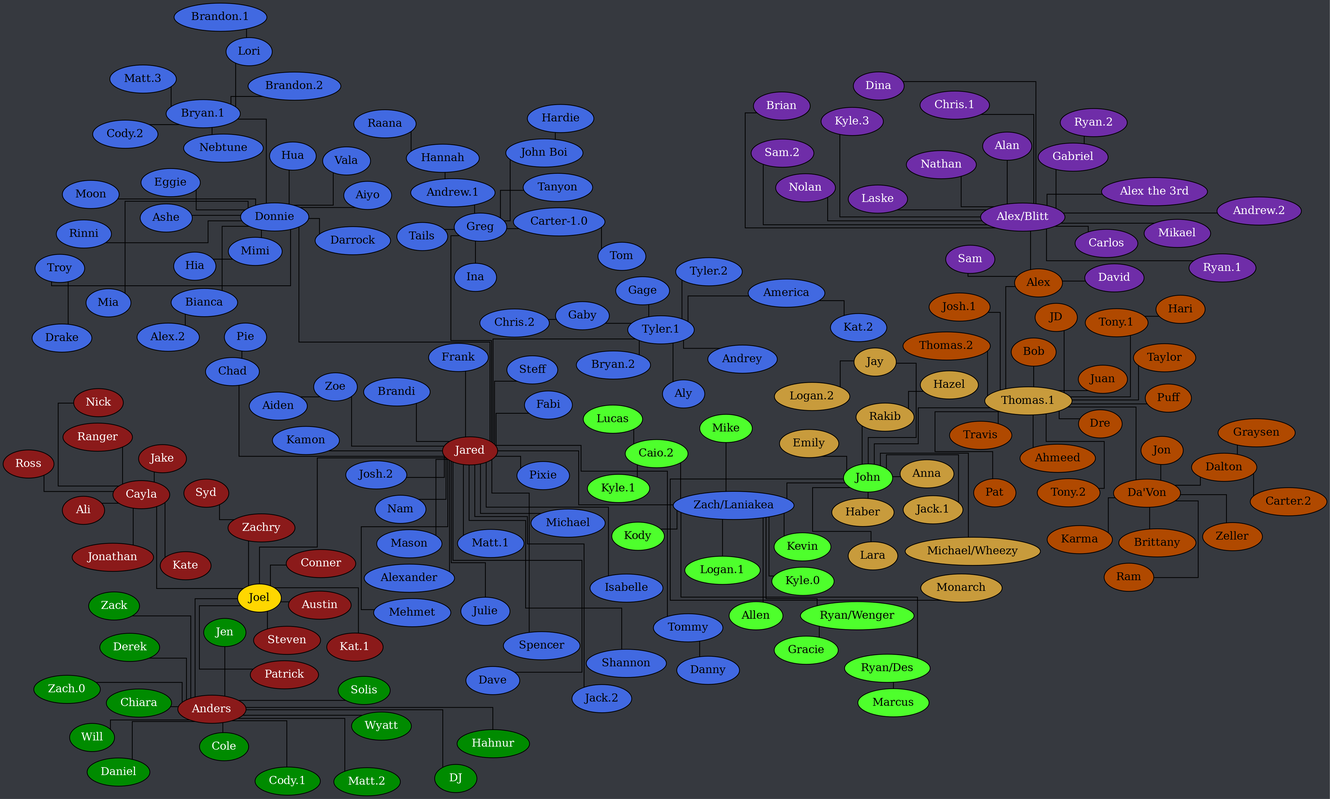
Above: tree.png in Documidas/CoronaCatzFamilyTree (Graphviz), before the change. Its source is kept beside it as tree.dot.
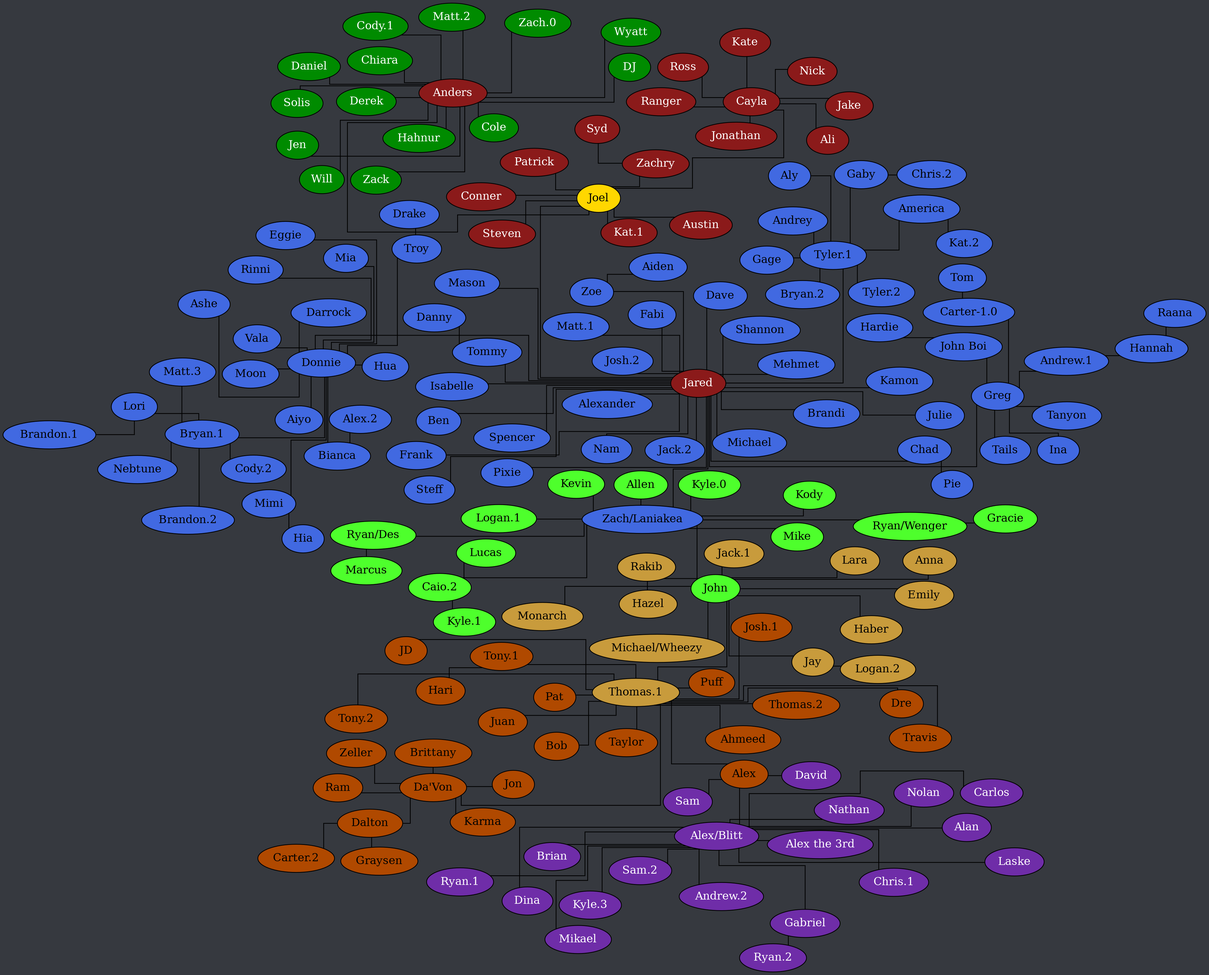
Later version of the same file.

Diff of the diagram source:
```diff
@@ -89,6 +89,7 @@
 		Hannah -- Raana;
 		Lori -- "Brandon.1";
 		Jared -- Alexander;
+		Jared -- Ben;
 		Jared -- Brandi;
 		Jared -- Chad;
 		Jared -- Dave;
```
